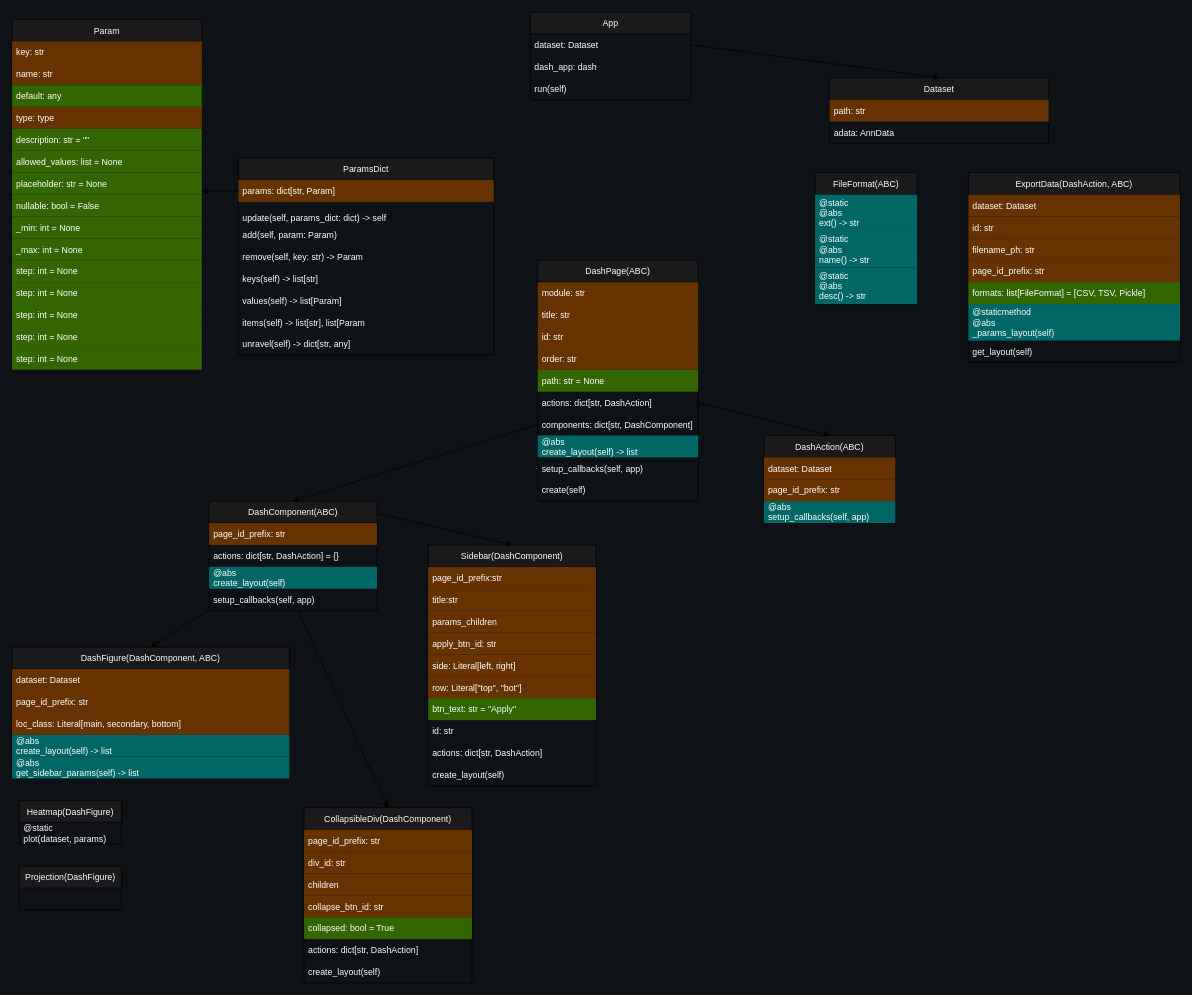
lutrarutra/cellbro keeps this draw.io diagram as relations.drawio. Above is the earlier version. Source tidied: cells renumbered, new cells numbered last; positions are measured from the earlier drawing's top-left corner, leaving out a move shared by most shapes. Both pictures are drawn from the tidied source at 73%, with x=0, y=0 at pixel (12, 12).
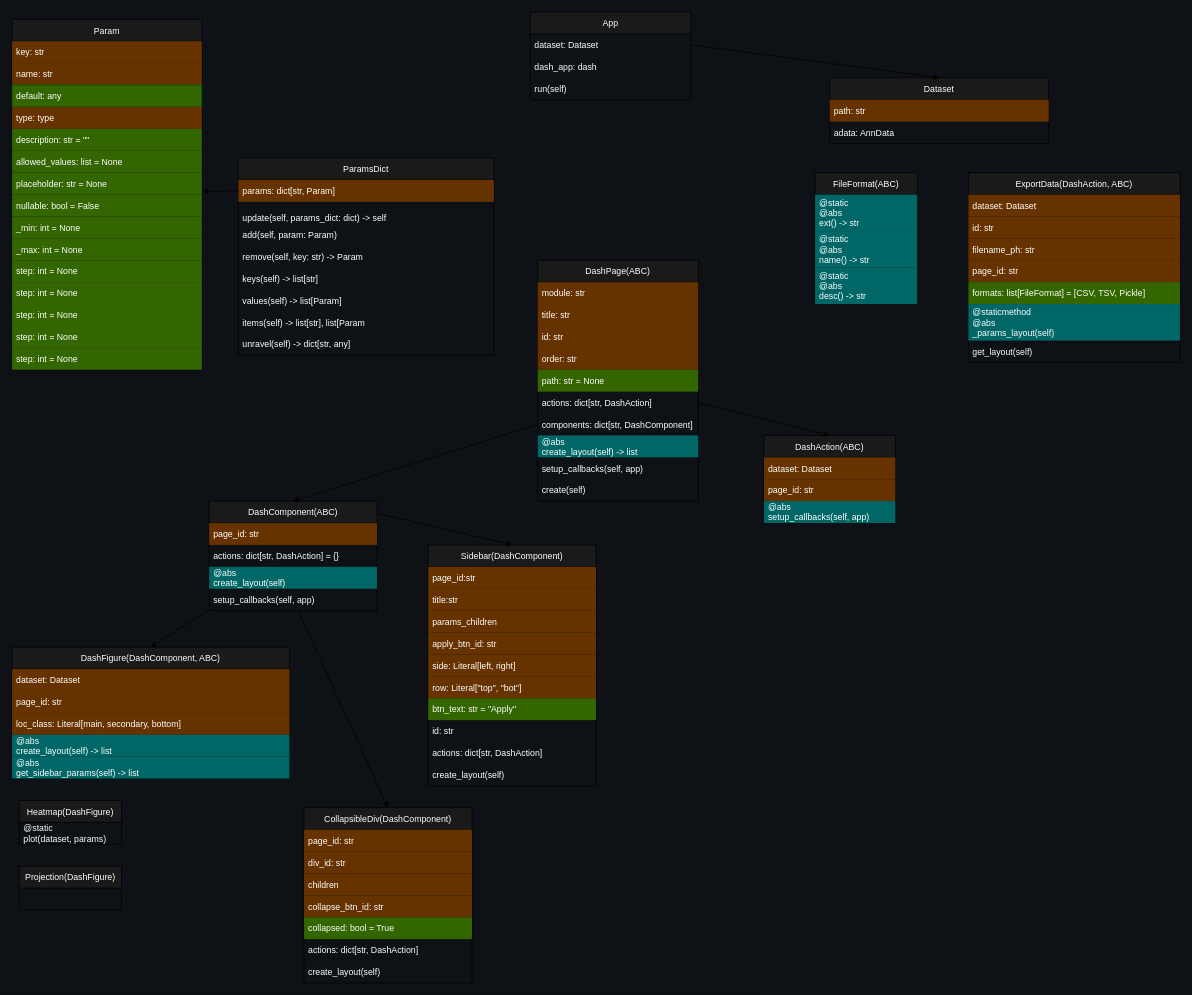
After the change.

Unchanged cells that the change refers to:
```xml
<mxCell id="14" value="DashComponent(ABC)" style="swimlane;fontStyle=0;horizontal=1;startSize=30;fontColor=#FFFFFF;fillColor=#1A1A1A;" parent="1" vertex="1">
  <mxGeometry x="270" y="670" width="230" height="150" as="geometry" />
</mxCell>
<mxCell id="19" value="DashAction(ABC)" style="swimlane;fontStyle=0;horizontal=1;startSize=30;strokeColor=default;fontColor=#FFFFFF;fillColor=#1A1A1A;" parent="1" vertex="1">
  <mxGeometry x="1030" y="580" width="180" height="120" as="geometry" />
</mxCell>
<mxCell id="23" value="DashFigure(DashComponent, ABC)" style="swimlane;fontStyle=0;horizontal=1;startSize=30;strokeColor=default;fontColor=#FFFFFF;fillColor=#1A1A1A;" parent="1" vertex="1">
  <mxGeometry y="870" width="380" height="180" as="geometry" />
</mxCell>
<mxCell id="29" value="Sidebar(DashComponent)" style="swimlane;fontStyle=0;horizontal=1;startSize=30;strokeColor=default;fontColor=#FFFFFF;fillColor=#1A1A1A;" parent="1" vertex="1">
  <mxGeometry x="570" y="730" width="230" height="330" as="geometry" />
</mxCell>
<mxCell id="40" value="CollapsibleDiv(DashComponent)" style="swimlane;fontStyle=0;horizontal=1;startSize=30;strokeColor=default;fontColor=#FFFFFF;fillColor=#1A1A1A;" parent="1" vertex="1">
  <mxGeometry x="400" y="1090" width="230" height="240" as="geometry" />
</mxCell>
<mxCell id="89" value="ExportData(DashAction, ABC)" style="swimlane;fontStyle=0;horizontal=1;startSize=30;strokeColor=default;fontColor=#FFFFFF;fillColor=#1A1A1A;" parent="1" vertex="1">
  <mxGeometry x="1310" y="220" width="290" height="260" as="geometry" />
</mxCell>
```

Change to the diagram source:
```diff
@@
-    <mxCell id="15" value="page_id_prefix: str" style="text;strokeColor=none;fillColor=#663300;align=left;verticalAlign=middle;spacingLeft=4;spacingRight=4;overflow=hidden;fontColor=#FFFFFF;" parent="14" vertex="1">
+    <mxCell id="15" value="page_id: str" style="text;strokeColor=none;fillColor=#663300;align=left;verticalAlign=middle;spacingLeft=4;spacingRight=4;overflow=hidden;fontColor=#FFFFFF;" parent="14" vertex="1">
       <mxGeometry y="30" width="230" height="30" as="geometry" />
     </mxCell>
@@
-    <mxCell id="21" value="page_id_prefix: str" style="text;strokeColor=none;fillColor=#663300;align=left;verticalAlign=middle;spacingLeft=4;spacingRight=4;overflow=hidden;fontColor=#FFFFFF;" parent="19" vertex="1">
+    <mxCell id="21" value="page_id: str" style="text;strokeColor=none;fillColor=#663300;align=left;verticalAlign=middle;spacingLeft=4;spacingRight=4;overflow=hidden;fontColor=#FFFFFF;" parent="19" vertex="1">
       <mxGeometry y="60" width="180" height="30" as="geometry" />
     </mxCell>
@@
-    <mxCell id="25" value="page_id_prefix: str" style="text;strokeColor=none;fillColor=#663300;align=left;verticalAlign=middle;spacingLeft=4;spacingRight=4;overflow=hidden;fontColor=#FFFFFF;" parent="23" vertex="1">
+    <mxCell id="25" value="page_id: str" style="text;strokeColor=none;fillColor=#663300;align=left;verticalAlign=middle;spacingLeft=4;spacingRight=4;overflow=hidden;fontColor=#FFFFFF;" parent="23" vertex="1">
       <mxGeometry y="60" width="380" height="30" as="geometry" />
     </mxCell>
@@
-    <mxCell id="30" value="page_id_prefix:str" style="text;strokeColor=none;fillColor=#663300;align=left;verticalAlign=middle;spacingLeft=4;spacingRight=4;overflow=hidden;fontColor=#FFFFFF;" parent="29" vertex="1">
+    <mxCell id="30" value="page_id:str" style="text;strokeColor=none;fillColor=#663300;align=left;verticalAlign=middle;spacingLeft=4;spacingRight=4;overflow=hidden;fontColor=#FFFFFF;" parent="29" vertex="1">
       <mxGeometry y="30" width="230" height="30" as="geometry" />
     </mxCell>
@@
-    <mxCell id="41" value="page_id_prefix: str" style="text;strokeColor=none;fillColor=#663300;align=left;verticalAlign=middle;spacingLeft=4;spacingRight=4;overflow=hidden;fontColor=#FFFFFF;" parent="40" vertex="1">
+    <mxCell id="41" value="page_id: str" style="text;strokeColor=none;fillColor=#663300;align=left;verticalAlign=middle;spacingLeft=4;spacingRight=4;overflow=hidden;fontColor=#FFFFFF;" parent="40" vertex="1">
       <mxGeometry y="30" width="230" height="30" as="geometry" />
     </mxCell>
@@
-    <mxCell id="93" value="page_id_prefix: str" style="text;strokeColor=none;fillColor=#663300;align=left;verticalAlign=middle;spacingLeft=4;spacingRight=4;overflow=hidden;fontColor=#FFFFFF;" parent="89" vertex="1">
+    <mxCell id="93" value="page_id: str" style="text;strokeColor=none;fillColor=#663300;align=left;verticalAlign=middle;spacingLeft=4;spacingRight=4;overflow=hidden;fontColor=#FFFFFF;" parent="89" vertex="1">
       <mxGeometry y="120" width="290" height="30" as="geometry" />
     </mxCell>
```
